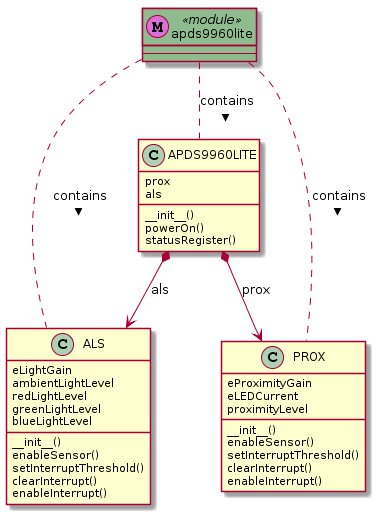
The PlantUML diagram docs/images/classdiagrams.png in rlangoy/uPy_APDS9960, before a commit.
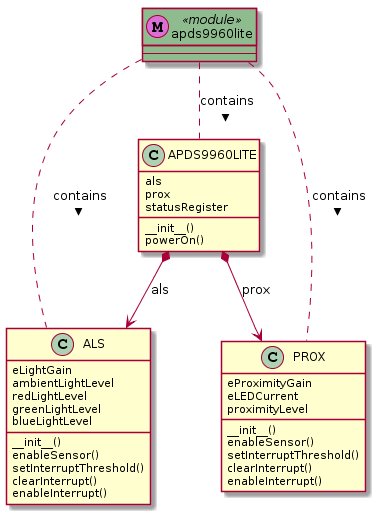
The same diagram one commit later.

The edit, as a diff of the source:
```diff
@@ -27,11 +27,11 @@
 
 
 class APDS9960LITE {
+    als
     prox
-    als
+    statusRegister
     __init__()
     powerOn()
-    statusRegister()
 }
 
 
```
